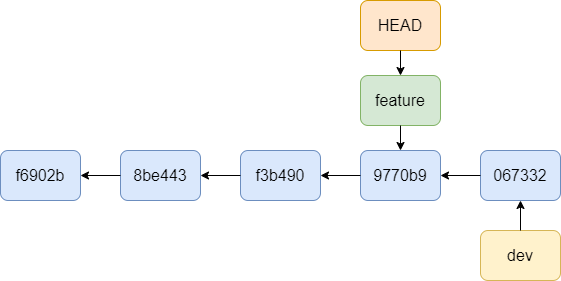
Earlier version of the draw.io export git/git提交HEAD变化示例.drawio.png (guxdong/imgrepo). Source tidied: cells renumbered, new cells last; positions are measured from the earlier drawing's top-left corner, leaving out a move shared by most shapes.
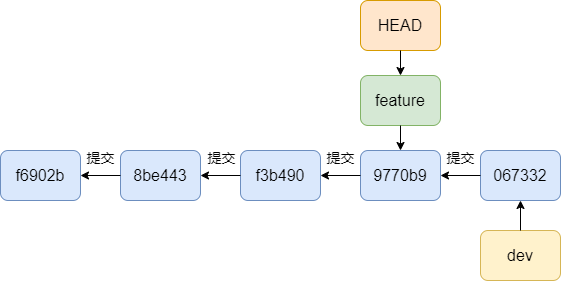
After the change.

Commit message:
更新git提交HEAD变化示例.drawio.png

Change to the diagram source:
```diff
@@ -47,5 +47,17 @@
     <mxCell id="16" style="endArrow=classic;html=1;rounded=0;exitX=0.5;exitY=1;exitDx=0;exitDy=0;entryX=0.5;entryY=0;entryDx=0;entryDy=0;" parent="1" edge="1" source="12" target="11">
       <mxGeometry relative="1" as="geometry" />
     </mxCell>
+    <mxCell id="17" value="&lt;font style=&quot;font-size: 14px;&quot;&gt;提交&lt;/font&gt;" style="text;html=1;align=center;verticalAlign=middle;strokeColor=none;fillColor=none;" parent="1" vertex="1">
+      <mxGeometry x="75" y="140" width="50" height="35" as="geometry" />
+    </mxCell>
+    <mxCell id="18" value="&lt;font style=&quot;font-size: 14px;&quot;&gt;提交&lt;/font&gt;" style="text;html=1;align=center;verticalAlign=middle;strokeColor=none;fillColor=none;" parent="1" vertex="1">
+      <mxGeometry x="196" y="140" width="50" height="35" as="geometry" />
+    </mxCell>
+    <mxCell id="19" value="&lt;font style=&quot;font-size: 14px;&quot;&gt;提交&lt;/font&gt;" style="text;html=1;align=center;verticalAlign=middle;strokeColor=none;fillColor=none;" parent="1" vertex="1">
+      <mxGeometry x="315" y="140" width="50" height="35" as="geometry" />
+    </mxCell>
+    <mxCell id="20" value="&lt;font style=&quot;font-size: 14px;&quot;&gt;提交&lt;/font&gt;" style="text;html=1;align=center;verticalAlign=middle;strokeColor=none;fillColor=none;" parent="1" vertex="1">
+      <mxGeometry x="435" y="140" width="50" height="35" as="geometry" />
+    </mxCell>
   </root>
 </mxGraphModel>
```
